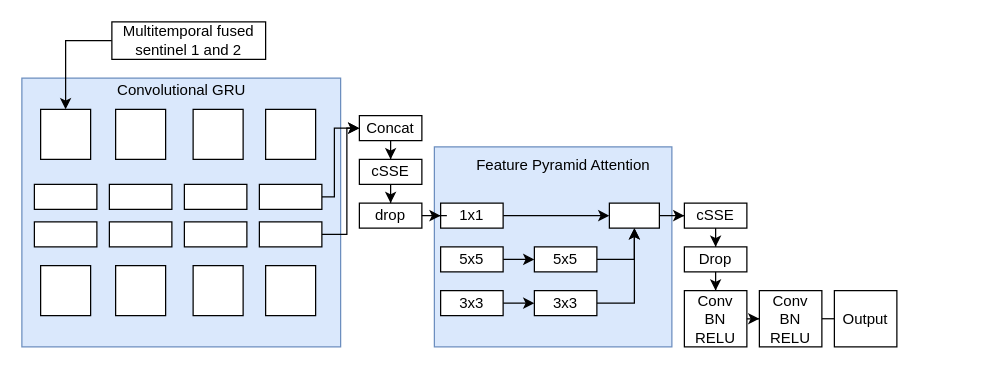
This is references/draw.io/Model.drawio from wri/sentinel-tree-cover, a draw.io file, before an edit. Source tidied: cells renumbered, new cells numbered last; positions are measured from the earlier drawing's top-left corner, leaving out a move shared by most shapes. Both pictures are drawn from the tidied source at 125%, with x=0, y=0 at pixel (21, 21).
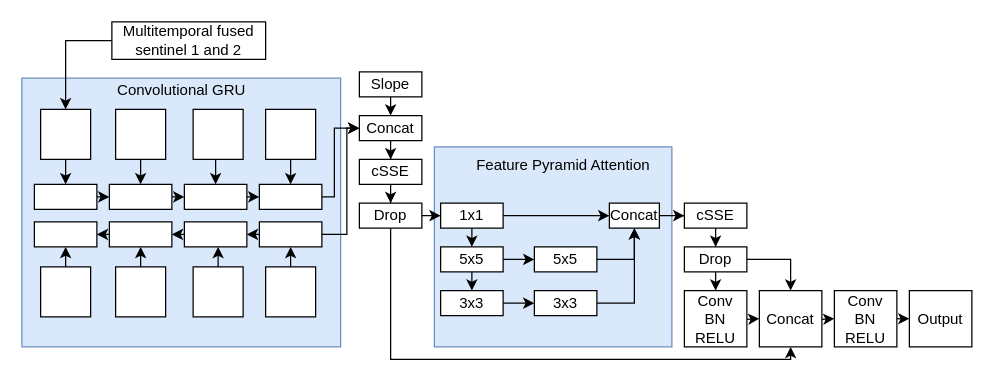
After the change.

The change refers to these unchanged cells:
```xml
<mxCell id="4" style="rounded=0;whiteSpace=wrap;html=1;" parent="1" vertex="1">
  <mxGeometry x="10" y="130" width="50" height="20" as="geometry" />
</mxCell>
<mxCell id="5" style="rounded=0;whiteSpace=wrap;html=1;" parent="1" vertex="1">
  <mxGeometry x="10" y="160" width="50" height="20" as="geometry" />
</mxCell>
<mxCell id="6" style="rounded=0;whiteSpace=wrap;html=1;" parent="1" vertex="1">
  <mxGeometry x="70" y="130" width="50" height="20" as="geometry" />
</mxCell>
<mxCell id="7" style="rounded=0;whiteSpace=wrap;html=1;" parent="1" vertex="1">
  <mxGeometry x="70" y="160" width="50" height="20" as="geometry" />
</mxCell>
<mxCell id="8" style="rounded=0;whiteSpace=wrap;html=1;" parent="1" vertex="1">
  <mxGeometry x="130" y="130" width="50" height="20" as="geometry" />
</mxCell>
<mxCell id="9" style="rounded=0;whiteSpace=wrap;html=1;" parent="1" vertex="1">
  <mxGeometry x="130" y="160" width="50" height="20" as="geometry" />
</mxCell>
<mxCell id="10" style="whiteSpace=wrap;html=1;" parent="1" vertex="1">
  <mxGeometry x="195" y="70" width="40" height="40" as="geometry" />
</mxCell>
<mxCell id="12" style="rounded=0;whiteSpace=wrap;html=1;" parent="1" vertex="1">
  <mxGeometry x="190" y="130" width="50" height="20" as="geometry" />
</mxCell>
<mxCell id="14" style="rounded=0;whiteSpace=wrap;html=1;" parent="1" vertex="1">
  <mxGeometry x="190" y="160" width="50" height="20" as="geometry" />
</mxCell>
<mxCell id="16" value="3x3" style="rounded=0;whiteSpace=wrap;html=1;" parent="1" vertex="1">
  <mxGeometry x="335" y="215" width="50" height="20" as="geometry" />
</mxCell>
<mxCell id="20" value="1x1" style="rounded=0;whiteSpace=wrap;html=1;" parent="1" vertex="1">
  <mxGeometry x="335" y="145" width="50" height="20" as="geometry" />
</mxCell>
<mxCell id="26" value="Drop" style="rounded=0;whiteSpace=wrap;html=1;" parent="1" vertex="1">
  <mxGeometry x="530" y="180" width="50" height="20" as="geometry" />
</mxCell>
<mxCell id="28" value="Conv BN RELU" style="rounded=0;whiteSpace=wrap;html=1;" parent="1" vertex="1">
  <mxGeometry x="530" y="215" width="50" height="45" as="geometry" />
</mxCell>
<mxCell id="33" value="5x5" style="rounded=0;whiteSpace=wrap;html=1;" parent="1" vertex="1">
  <mxGeometry x="335" y="180" width="50" height="20" as="geometry" />
</mxCell>
<mxCell id="38" value="Concat" style="rounded=0;whiteSpace=wrap;html=1;" parent="1" vertex="1">
  <mxGeometry x="270" y="75" width="50" height="20" as="geometry" />
</mxCell>
<mxCell id="44" style="whiteSpace=wrap;html=1;" parent="1" vertex="1">
  <mxGeometry x="75" y="70" width="40" height="40" as="geometry" />
</mxCell>
<mxCell id="45" style="whiteSpace=wrap;html=1;" parent="1" vertex="1">
  <mxGeometry x="15" y="70" width="40" height="40" as="geometry" />
</mxCell>
```

What changed in the source:
```diff
@@
-    <mxCell id="22" style="rounded=0;whiteSpace=wrap;html=1;" parent="1" vertex="1">
+    <mxCell id="22" value="Concat" style="rounded=0;whiteSpace=wrap;html=1;" parent="1" vertex="1">
       <mxGeometry x="470" y="145" width="40" height="20" as="geometry" />
     </mxCell>
@@
+    <mxCell id="54" style="edgeStyle=orthogonalEdgeStyle;rounded=0;jettySize=auto;html=1;entryX=0.5;entryY=0;entryDx=0;entryDy=0;" parent="1" edge="1" source="26" target="72">
+      <mxGeometry relative="1" as="geometry" />
+    </mxCell>
@@
-    <mxCell id="27" style="edgeStyle=orthogonalEdgeStyle;rounded=0;jettySize=auto;html=1;" parent="1" edge="1" source="28" target="30">
-      <mxGeometry relative="1" as="geometry" />
-    </mxCell>
@@
-    <mxCell id="29" style="edgeStyle=orthogonalEdgeStyle;rounded=0;jettySize=auto;html=1;" parent="1" edge="1" source="30">
-      <mxGeometry relative="1" as="geometry">
-        <mxPoint x="660" y="237.5" as="targetPoint" />
-      </mxGeometry>
-    </mxCell>
     <mxCell id="30" value="Conv BN RELU" style="rounded=0;whiteSpace=wrap;html=1;" parent="1" vertex="1">
-      <mxGeometry x="590" y="215" width="50" height="45" as="geometry" />
+      <mxGeometry x="650" y="215" width="50" height="45" as="geometry" />
     </mxCell>
     <mxCell id="31" value="Output" style="rounded=0;whiteSpace=wrap;html=1;" parent="1" vertex="1">
-      <mxGeometry x="650" y="215" width="50" height="45" as="geometry" />
+      <mxGeometry x="710" y="215" width="50" height="45" as="geometry" />
     </mxCell>
@@
-    <mxCell id="41" style="edgeStyle=orthogonalEdgeStyle;rounded=0;jettySize=auto;html=1;entryX=0;entryY=0.5;entryDx=0;entryDy=0;" parent="1" edge="1" source="42" target="20">
-      <mxGeometry relative="1" as="geometry" />
-    </mxCell>
+    <mxCell id="55" style="edgeStyle=orthogonalEdgeStyle;rounded=0;jettySize=auto;html=1;entryX=0.5;entryY=1;entryDx=0;entryDy=0;" parent="1" edge="1" source="42" target="72">
+      <mxGeometry relative="1" as="geometry">
+        <Array as="points">
+          <mxPoint x="295" y="270" />
+          <mxPoint x="615" y="270" />
+        </Array>
+      </mxGeometry>
+    </mxCell>
-    <mxCell id="42" value="drop" style="rounded=0;whiteSpace=wrap;html=1;" parent="1" vertex="1">
+    <mxCell id="42" value="Drop" style="rounded=0;whiteSpace=wrap;html=1;" parent="1" vertex="1">
       <mxGeometry x="270" y="145" width="50" height="20" as="geometry" />
     </mxCell>
@@
     <mxCell id="46" style="whiteSpace=wrap;html=1;" parent="1" vertex="1">
-      <mxGeometry x="195" y="195" width="40" height="40" as="geometry" />
+      <mxGeometry x="195" y="196" width="40" height="40" as="geometry" />
     </mxCell>
     <mxCell id="47" style="whiteSpace=wrap;html=1;" parent="1" vertex="1">
-      <mxGeometry x="137" y="195" width="40" height="40" as="geometry" />
+      <mxGeometry x="137" y="196" width="40" height="40" as="geometry" />
     </mxCell>
     <mxCell id="48" style="whiteSpace=wrap;html=1;" parent="1" vertex="1">
-      <mxGeometry x="75" y="195" width="40" height="40" as="geometry" />
+      <mxGeometry x="75" y="196" width="40" height="40" as="geometry" />
     </mxCell>
     <mxCell id="49" style="whiteSpace=wrap;html=1;" parent="1" vertex="1">
-      <mxGeometry x="15" y="195" width="40" height="40" as="geometry" />
+      <mxGeometry x="15" y="196" width="40" height="40" as="geometry" />
     </mxCell>
@@
+    <mxCell id="56" style="endArrow=classic;html=1;exitX=0.5;exitY=1;exitDx=0;exitDy=0;entryX=0.5;entryY=0;entryDx=0;entryDy=0;" parent="1" edge="1" source="45" target="4">
+      <mxGeometry relative="1" as="geometry" />
+    </mxCell>
+    <mxCell id="57" style="endArrow=classic;html=1;exitX=0.5;exitY=1;exitDx=0;exitDy=0;entryX=0.5;entryY=0;entryDx=0;entryDy=0;" parent="1" edge="1" source="44" target="6">
+      <mxGeometry relative="1" as="geometry" />
+    </mxCell>
+    <mxCell id="58" style="endArrow=classic;html=1;entryX=0.5;entryY=0;entryDx=0;entryDy=0;" parent="1" edge="1" target="8">
+      <mxGeometry relative="1" as="geometry">
+        <mxPoint x="155" y="110" as="sourcePoint" />
+      </mxGeometry>
+    </mxCell>
+    <mxCell id="59" style="endArrow=classic;html=1;entryX=0.5;entryY=0;entryDx=0;entryDy=0;exitX=0.5;exitY=1;exitDx=0;exitDy=0;" parent="1" edge="1" source="10" target="12">
+      <mxGeometry relative="1" as="geometry" />
+    </mxCell>
+    <mxCell id="60" style="endArrow=classic;html=1;entryX=0.5;entryY=1;entryDx=0;entryDy=0;exitX=0.5;exitY=0;exitDx=0;exitDy=0;" parent="1" edge="1" source="46" target="14">
+      <mxGeometry relative="1" as="geometry" />
+    </mxCell>
+    <mxCell id="61" style="endArrow=classic;html=1;exitX=0.5;exitY=0;exitDx=0;exitDy=0;" parent="1" edge="1" source="47">
+      <mxGeometry relative="1" as="geometry">
+        <mxPoint x="157" y="180" as="targetPoint" />
+      </mxGeometry>
+    </mxCell>
+    <mxCell id="62" style="endArrow=classic;html=1;exitX=0.5;exitY=0;exitDx=0;exitDy=0;entryX=0.5;entryY=1;entryDx=0;entryDy=0;" parent="1" edge="1" source="48" target="7">
+      <mxGeometry relative="1" as="geometry" />
+    </mxCell>
+    <mxCell id="63" style="endArrow=classic;html=1;exitX=0.5;exitY=0;exitDx=0;exitDy=0;entryX=0.5;entryY=1;entryDx=0;entryDy=0;" parent="1" edge="1" source="49" target="5">
+      <mxGeometry relative="1" as="geometry" />
+    </mxCell>
+    <mxCell id="64" style="endArrow=classic;html=1;exitX=1;exitY=0.5;exitDx=0;exitDy=0;entryX=0;entryY=0.5;entryDx=0;entryDy=0;" parent="1" edge="1" source="4" target="6">
+      <mxGeometry relative="1" as="geometry" />
+    </mxCell>
+    <mxCell id="65" style="endArrow=classic;html=1;exitX=1;exitY=0.5;exitDx=0;exitDy=0;entryX=0;entryY=0.5;entryDx=0;entryDy=0;" parent="1" edge="1" source="6" target="8">
+      <mxGeometry relative="1" as="geometry" />
+    </mxCell>
+    <mxCell id="66" style="endArrow=classic;html=1;exitX=1;exitY=0.5;exitDx=0;exitDy=0;entryX=0;entryY=0.5;entryDx=0;entryDy=0;" parent="1" edge="1" source="8" target="12">
+      <mxGeometry relative="1" as="geometry" />
+    </mxCell>
+    <mxCell id="67" style="endArrow=classic;html=1;exitX=0;exitY=0.5;exitDx=0;exitDy=0;entryX=1;entryY=0.5;entryDx=0;entryDy=0;" parent="1" edge="1" source="14" target="9">
+      <mxGeometry relative="1" as="geometry" />
+    </mxCell>
+    <mxCell id="68" style="endArrow=classic;html=1;entryX=1;entryY=0.5;entryDx=0;entryDy=0;" parent="1" edge="1" target="7">
+      <mxGeometry relative="1" as="geometry">
+        <mxPoint x="130" y="170" as="sourcePoint" />
+      </mxGeometry>
+    </mxCell>
+    <mxCell id="69" style="endArrow=classic;html=1;entryX=1;entryY=0.5;entryDx=0;entryDy=0;exitX=0;exitY=0.5;exitDx=0;exitDy=0;" parent="1" edge="1" source="7" target="5">
+      <mxGeometry relative="1" as="geometry" />
+    </mxCell>
+    <mxCell id="70" value="Slope" style="rounded=0;whiteSpace=wrap;html=1;" parent="1" vertex="1">
+      <mxGeometry x="270" y="40" width="50" height="20" as="geometry" />
+    </mxCell>
+    <mxCell id="71" style="edgeStyle=orthogonalEdgeStyle;rounded=0;jettySize=auto;html=1;exitX=0.5;exitY=1;exitDx=0;exitDy=0;entryX=0.5;entryY=0;entryDx=0;entryDy=0;" parent="1" edge="1" source="70" target="38">
+      <mxGeometry relative="1" as="geometry" />
+    </mxCell>
+    <mxCell id="72" value="Concat" style="rounded=0;whiteSpace=wrap;html=1;" parent="1" vertex="1">
+      <mxGeometry x="590" y="215" width="50" height="45" as="geometry" />
+    </mxCell>
+    <mxCell id="73" style="endArrow=classic;html=1;entryX=0;entryY=0.5;entryDx=0;entryDy=0;" parent="1" edge="1" target="72">
+      <mxGeometry relative="1" as="geometry">
+        <mxPoint x="580" y="238" as="sourcePoint" />
+      </mxGeometry>
+    </mxCell>
+    <mxCell id="74" style="endArrow=classic;html=1;entryX=0;entryY=0.5;entryDx=0;entryDy=0;" parent="1" edge="1" target="30">
+      <mxGeometry relative="1" as="geometry">
+        <mxPoint x="640" y="238" as="sourcePoint" />
+      </mxGeometry>
+    </mxCell>
+    <mxCell id="75" style="endArrow=classic;html=1;entryX=0;entryY=0.5;entryDx=0;entryDy=0;exitX=1;exitY=0.5;exitDx=0;exitDy=0;" parent="1" edge="1" source="30" target="31">
+      <mxGeometry relative="1" as="geometry" />
+    </mxCell>
+    <mxCell id="41" style="endArrow=classic;html=1;entryX=0;entryY=0.5;entryDx=0;entryDy=0;exitX=1;exitY=0.5;exitDx=0;exitDy=0;" parent="1" edge="1" source="42" target="20">
+      <mxGeometry relative="1" as="geometry" />
+    </mxCell>
+    <mxCell id="76" style="endArrow=classic;html=1;exitX=0.5;exitY=1;exitDx=0;exitDy=0;entryX=0.5;entryY=0;entryDx=0;entryDy=0;" parent="1" edge="1" source="20" target="33">
+      <mxGeometry relative="1" as="geometry" />
+    </mxCell>
+    <mxCell id="77" style="endArrow=classic;html=1;exitX=0.5;exitY=1;exitDx=0;exitDy=0;entryX=0.5;entryY=0;entryDx=0;entryDy=0;" parent="1" edge="1" source="33" target="16">
+      <mxGeometry relative="1" as="geometry" />
+    </mxCell>
```
